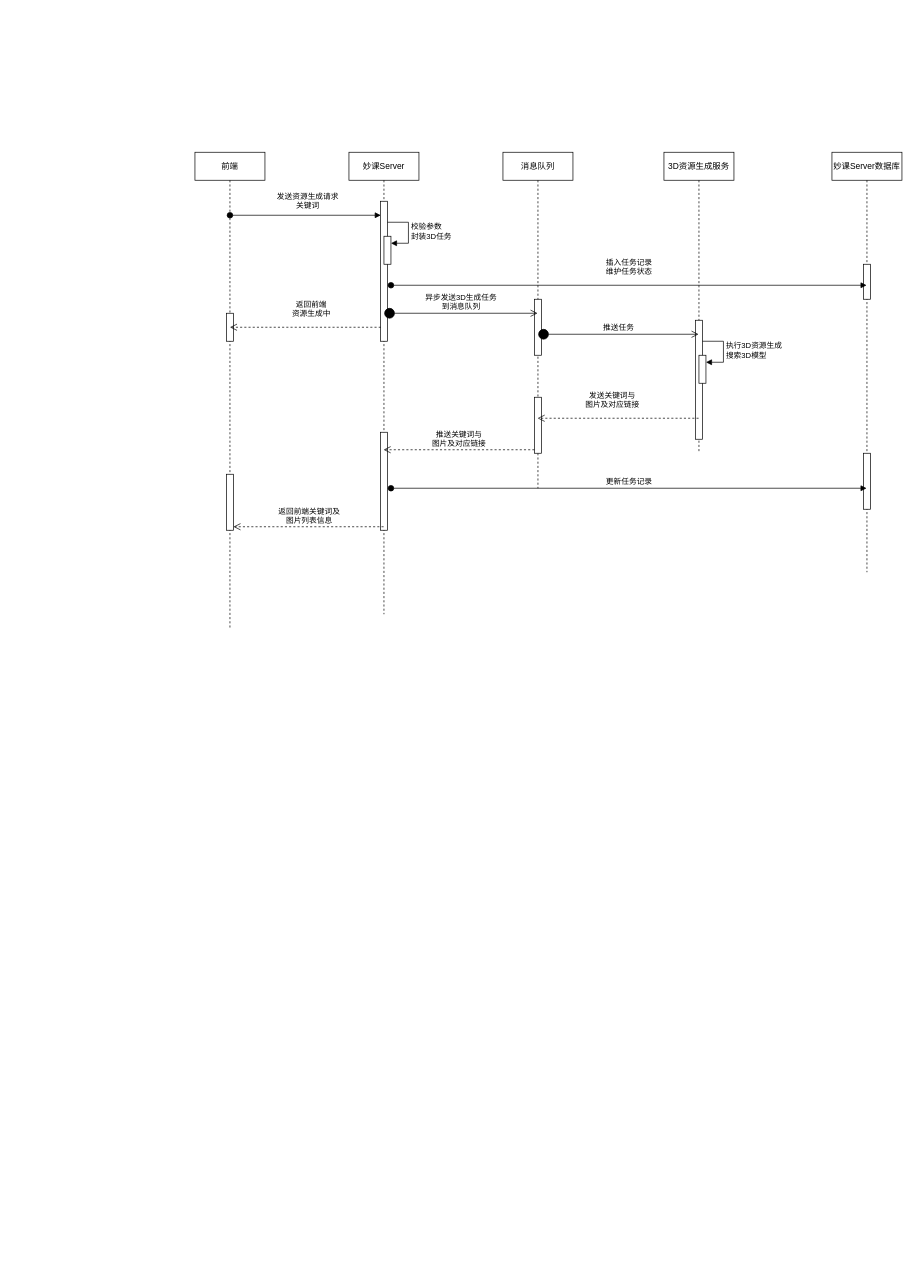
Earlier version of the draw.io diagram project-zwhz/timing/01-妙课Server与3D资源生成服务交互时序图.drawio (itsoYang/diagrams). Source tidied: cells renumbered, new cells numbered last; positions are measured from the earlier drawing's top-left corner, leaving out a move shared by most shapes. Both pictures are drawn from the tidied source at 70%, with x=0, y=0 at pixel (195, 152).
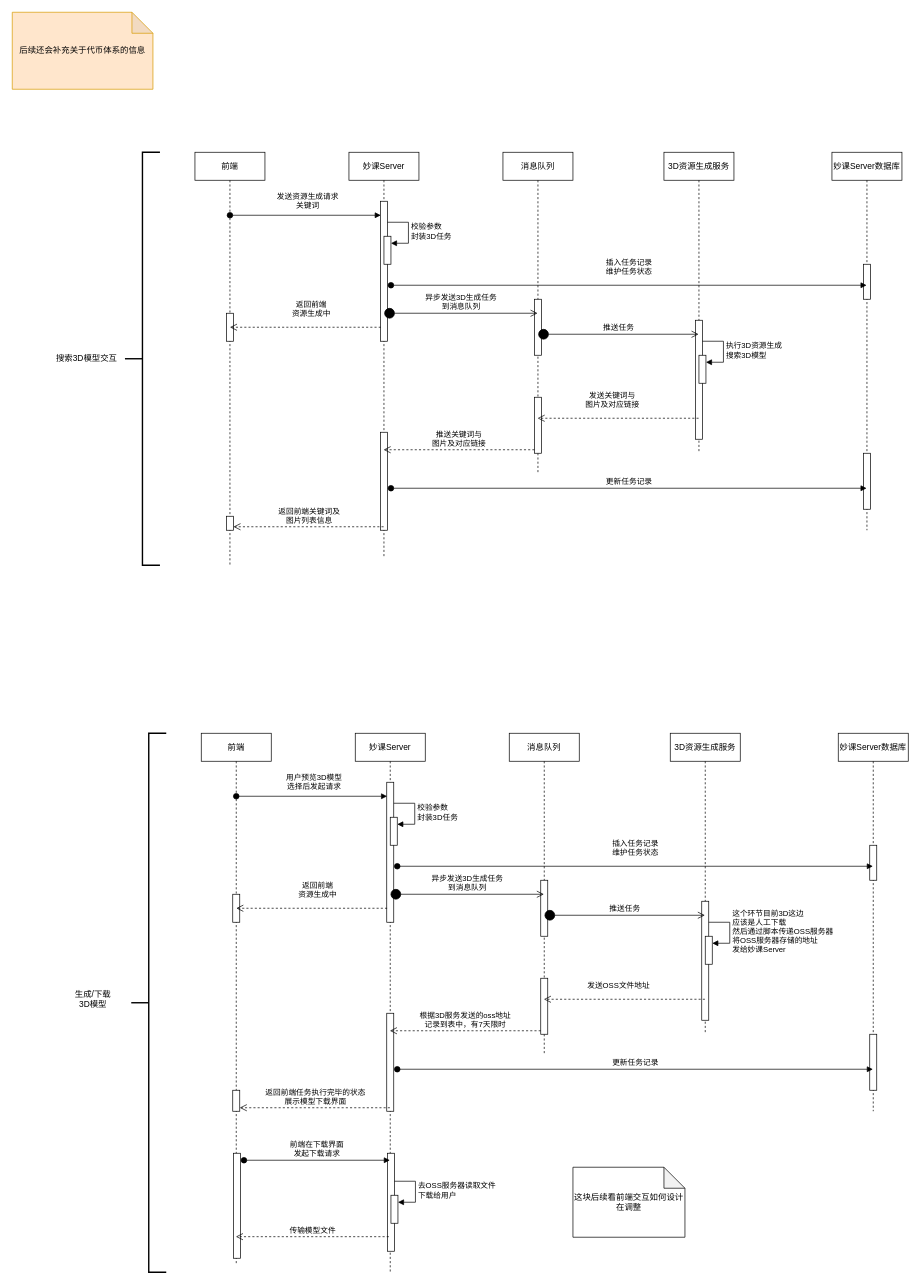
The same diagram, later.

Commit message:
更新01-妙课Server与3D资源生成服务交互时序图.drawio

The edit, as a diff of the source:
```diff
@@
     <mxCell id="2" value="前端" style="shape=umlLifeline;perimeter=lifelinePerimeter;whiteSpace=wrap;html=1;newEdgeStyle={&quot;curved&quot;:0,&quot;rounded&quot;:0};" parent="1" vertex="1">
-      <mxGeometry width="100" height="680" as="geometry" />
+      <mxGeometry width="100" height="590" as="geometry" />
     </mxCell>
@@
     <mxCell id="4" style="html=1;points=[[0,0,0,0,5],[0,1,0,0,-5],[1,0,0,0,5],[1,1,0,0,-5]];perimeter=orthogonalPerimeter;outlineConnect=0;targetShapes=umlLifeline;portConstraint=eastwest;newEdgeStyle={&quot;curved&quot;:0,&quot;rounded&quot;:0};" parent="2" vertex="1">
-      <mxGeometry x="45" y="460" width="10" height="80" as="geometry" />
+      <mxGeometry x="45" y="520" width="10" height="20" as="geometry" />
     </mxCell>
     <mxCell id="5" value="妙课Server" style="shape=umlLifeline;perimeter=lifelinePerimeter;whiteSpace=wrap;html=1;outlineConnect=0;portConstraint=eastwest;newEdgeStyle={&quot;curved&quot;:0,&quot;rounded&quot;:0};" parent="1" vertex="1">
-      <mxGeometry x="220" width="100" height="660" as="geometry" />
+      <mxGeometry x="220" width="100" height="580" as="geometry" />
     </mxCell>
@@
     <mxCell id="10" value="消息队列" style="shape=umlLifeline;perimeter=lifelinePerimeter;whiteSpace=wrap;html=1;outlineConnect=0;portConstraint=eastwest;newEdgeStyle={&quot;curved&quot;:0,&quot;rounded&quot;:0};" parent="1" vertex="1">
-      <mxGeometry x="440" width="100" height="480" as="geometry" />
+      <mxGeometry x="440" width="100" height="460" as="geometry" />
     </mxCell>
@@
     <mxCell id="17" value="妙课Server数据库" style="shape=umlLifeline;perimeter=lifelinePerimeter;whiteSpace=wrap;html=1;outlineConnect=0;portConstraint=eastwest;newEdgeStyle={&quot;curved&quot;:0,&quot;rounded&quot;:0};" parent="1" vertex="1">
-      <mxGeometry x="910" width="100" height="600" as="geometry" />
+      <mxGeometry x="910" width="100" height="540" as="geometry" />
     </mxCell>
@@
+    <mxCell id="29" style="strokeWidth=2;html=1;shape=mxgraph.flowchart.annotation_2;align=left;labelPosition=right;" parent="1" vertex="1">
+      <mxGeometry x="-100" width="50" height="590" as="geometry" />
+    </mxCell>
+    <mxCell id="30" value="搜索3D模型交互" style="text;html=1;align=center;verticalAlign=middle;strokeColor=none;fillColor=none;" parent="1" vertex="1">
+      <mxGeometry x="-210" y="280" width="110" height="30" as="geometry" />
+    </mxCell>
+    <mxCell id="31" value="前端" style="shape=umlLifeline;perimeter=lifelinePerimeter;whiteSpace=wrap;html=1;outlineConnect=0;portConstraint=eastwest;newEdgeStyle={&quot;curved&quot;:0,&quot;rounded&quot;:0};" parent="1" vertex="1">
+      <mxGeometry x="9" y="830" width="100" height="760" as="geometry" />
+    </mxCell>
+    <mxCell id="32" style="html=1;perimeter=orthogonalPerimeter;targetShapes=umlLifeline;newEdgeStyle={&quot;curved&quot;:0,&quot;rounded&quot;:0};" parent="31" vertex="1">
+      <mxGeometry x="45" y="230" width="10" height="40" as="geometry" />
+    </mxCell>
+    <mxCell id="33" style="html=1;points=[[0,0,0,0,5],[0,1,0,0,-5],[1,0,0,0,5],[1,1,0,0,-5]];perimeter=orthogonalPerimeter;outlineConnect=0;targetShapes=umlLifeline;portConstraint=eastwest;newEdgeStyle={&quot;curved&quot;:0,&quot;rounded&quot;:0};" parent="31" vertex="1">
+      <mxGeometry x="45" y="510" width="10" height="30" as="geometry" />
+    </mxCell>
+    <mxCell id="34" style="html=1;perimeter=orthogonalPerimeter;targetShapes=umlLifeline;newEdgeStyle={&quot;curved&quot;:0,&quot;rounded&quot;:0};" parent="31" vertex="1">
+      <mxGeometry x="46" y="600" width="10" height="150" as="geometry" />
+    </mxCell>
+    <mxCell id="35" value="妙课Server" style="shape=umlLifeline;perimeter=lifelinePerimeter;whiteSpace=wrap;html=1;outlineConnect=0;portConstraint=eastwest;newEdgeStyle={&quot;curved&quot;:0,&quot;rounded&quot;:0};" parent="1" vertex="1">
+      <mxGeometry x="229" y="830" width="100" height="770" as="geometry" />
+    </mxCell>
+    <mxCell id="36" style="html=1;perimeter=orthogonalPerimeter;targetShapes=umlLifeline;newEdgeStyle={&quot;curved&quot;:0,&quot;rounded&quot;:0};" parent="35" vertex="1">
+      <mxGeometry x="45" y="70" width="10" height="200" as="geometry" />
+    </mxCell>
+    <mxCell id="37" style="html=1;points=[[0,0,0,0,5],[0,1,0,0,-5],[1,0,0,0,5],[1,1,0,0,-5]];perimeter=orthogonalPerimeter;outlineConnect=0;targetShapes=umlLifeline;portConstraint=eastwest;newEdgeStyle={&quot;curved&quot;:0,&quot;rounded&quot;:0};" parent="35" vertex="1">
+      <mxGeometry x="50" y="120" width="10" height="40" as="geometry" />
+    </mxCell>
+    <mxCell id="38" value="校验参数&lt;div&gt;封装3D任务&lt;/div&gt;" style="html=1;align=left;spacingLeft=2;endArrow=block;rounded=0;edgeStyle=orthogonalEdgeStyle;curved=0;rounded=0;" parent="35" edge="1" target="37">
+      <mxGeometry x="0.01" relative="1" as="geometry">
+        <mxPoint x="55" y="100" as="sourcePoint" />
+        <Array as="points">
+          <mxPoint x="85" y="130" />
+        </Array>
+      </mxGeometry>
+    </mxCell>
+    <mxCell id="39" style="html=1;perimeter=orthogonalPerimeter;targetShapes=umlLifeline;newEdgeStyle={&quot;curved&quot;:0,&quot;rounded&quot;:0};" parent="35" vertex="1">
+      <mxGeometry x="45" y="400" width="10" height="140" as="geometry" />
+    </mxCell>
+    <mxCell id="40" style="html=1;targetShapes=umlLifeline;newEdgeStyle={&quot;curved&quot;:0,&quot;rounded&quot;:0};perimeter=orthogonalPerimeter;" parent="35" vertex="1">
+      <mxGeometry x="46" y="600" width="10" height="140" as="geometry" />
+    </mxCell>
+    <mxCell id="41" style="html=1;points=[[0,0,0,0,5],[0,1,0,0,-5],[1,0,0,0,5],[1,1,0,0,-5]];perimeter=orthogonalPerimeter;outlineConnect=0;targetShapes=umlLifeline;portConstraint=eastwest;newEdgeStyle={&quot;curved&quot;:0,&quot;rounded&quot;:0};" parent="35" vertex="1">
+      <mxGeometry x="51" y="660" width="10" height="40" as="geometry" />
+    </mxCell>
+    <mxCell id="42" value="去OSS服务器读取文件&lt;div&gt;下载给用户&lt;/div&gt;" style="html=1;align=left;spacingLeft=2;endArrow=block;rounded=0;edgeStyle=orthogonalEdgeStyle;curved=0;rounded=0;" parent="35" edge="1" target="41">
+      <mxGeometry relative="1" as="geometry">
+        <mxPoint x="56" y="640" as="sourcePoint" />
+        <Array as="points">
+          <mxPoint x="86" y="670" />
+        </Array>
+      </mxGeometry>
+    </mxCell>
+    <mxCell id="43" value="消息队列" style="shape=umlLifeline;perimeter=lifelinePerimeter;whiteSpace=wrap;html=1;outlineConnect=0;portConstraint=eastwest;newEdgeStyle={&quot;curved&quot;:0,&quot;rounded&quot;:0};" parent="1" vertex="1">
+      <mxGeometry x="449" y="830" width="100" height="460" as="geometry" />
+    </mxCell>
+    <mxCell id="44" style="html=1;perimeter=orthogonalPerimeter;targetShapes=umlLifeline;newEdgeStyle={&quot;curved&quot;:0,&quot;rounded&quot;:0};" parent="43" vertex="1">
+      <mxGeometry x="45" y="210" width="10" height="80" as="geometry" />
+    </mxCell>
+    <mxCell id="45" style="html=1;points=[[0,0,0,0,5],[0,1,0,0,-5],[1,0,0,0,5],[1,1,0,0,-5]];perimeter=orthogonalPerimeter;outlineConnect=0;targetShapes=umlLifeline;portConstraint=eastwest;newEdgeStyle={&quot;curved&quot;:0,&quot;rounded&quot;:0};" parent="43" vertex="1">
+      <mxGeometry x="45" y="350" width="10" height="80" as="geometry" />
+    </mxCell>
+    <mxCell id="46" value="3D资源生成服务" style="shape=umlLifeline;perimeter=lifelinePerimeter;whiteSpace=wrap;html=1;outlineConnect=0;portConstraint=eastwest;newEdgeStyle={&quot;curved&quot;:0,&quot;rounded&quot;:0};" parent="1" vertex="1">
+      <mxGeometry x="679" y="830" width="100" height="430" as="geometry" />
+    </mxCell>
+    <mxCell id="47" style="html=1;perimeter=orthogonalPerimeter;targetShapes=umlLifeline;newEdgeStyle={&quot;curved&quot;:0,&quot;rounded&quot;:0};" parent="46" vertex="1">
+      <mxGeometry x="45" y="240" width="10" height="170" as="geometry" />
+    </mxCell>
+    <mxCell id="48" style="html=1;points=[[0,0,0,0,5],[0,1,0,0,-5],[1,0,0,0,5],[1,1,0,0,-5]];perimeter=orthogonalPerimeter;outlineConnect=0;targetShapes=umlLifeline;portConstraint=eastwest;newEdgeStyle={&quot;curved&quot;:0,&quot;rounded&quot;:0};" parent="46" vertex="1">
+      <mxGeometry x="50" y="290" width="10" height="40" as="geometry" />
+    </mxCell>
+    <mxCell id="49" value="这个环节目前3D这边&lt;div&gt;应该是人工下载&lt;/div&gt;&lt;div&gt;然后通过脚本传递OSS服务器&lt;/div&gt;&lt;div&gt;将OSS服务器存储的地址&lt;/div&gt;&lt;div&gt;发给妙课Server&lt;/div&gt;" style="html=1;align=left;spacingLeft=2;endArrow=block;rounded=0;edgeStyle=orthogonalEdgeStyle;curved=0;rounded=0;" parent="46" edge="1" target="48">
+      <mxGeometry x="0.01" relative="1" as="geometry">
+        <mxPoint x="55" y="270" as="sourcePoint" />
+        <Array as="points">
+          <mxPoint x="85" y="300" />
+        </Array>
+      </mxGeometry>
+    </mxCell>
+    <mxCell id="50" value="妙课Server数据库" style="shape=umlLifeline;perimeter=lifelinePerimeter;whiteSpace=wrap;html=1;outlineConnect=0;portConstraint=eastwest;newEdgeStyle={&quot;curved&quot;:0,&quot;rounded&quot;:0};" parent="1" vertex="1">
+      <mxGeometry x="919" y="830" width="100" height="540" as="geometry" />
+    </mxCell>
+    <mxCell id="51" style="html=1;perimeter=orthogonalPerimeter;targetShapes=umlLifeline;newEdgeStyle={&quot;curved&quot;:0,&quot;rounded&quot;:0};" parent="50" vertex="1">
+      <mxGeometry x="45" y="160" width="10" height="50" as="geometry" />
+    </mxCell>
+    <mxCell id="52" style="html=1;perimeter=orthogonalPerimeter;targetShapes=umlLifeline;newEdgeStyle={&quot;curved&quot;:0,&quot;rounded&quot;:0};" parent="50" vertex="1">
+      <mxGeometry x="45" y="430" width="10" height="80" as="geometry" />
+    </mxCell>
+    <mxCell id="53" value="用户预览3D模型&lt;div&gt;选择后发起请求&lt;/div&gt;" style="html=1;verticalAlign=bottom;startArrow=oval;endArrow=block;startSize=8;curved=0;rounded=0;entryX=0;entryY=0;entryDx=0;entryDy=5;" parent="1" edge="1">
+      <mxGeometry x="0.03" y="5" relative="1" as="geometry">
+        <mxPoint x="59" y="920" as="sourcePoint" />
+        <mxPoint x="274.5" y="920" as="targetPoint" />
+      </mxGeometry>
+    </mxCell>
+    <mxCell id="54" value="插入任务记录&lt;div&gt;维护任务状态&lt;/div&gt;" style="html=1;verticalAlign=bottom;startArrow=oval;startFill=1;endArrow=block;startSize=8;curved=0;rounded=0;" parent="1" edge="1" target="50">
+      <mxGeometry y="10" relative="1" as="geometry">
+        <mxPoint x="289" y="1020" as="sourcePoint" />
+      </mxGeometry>
+    </mxCell>
+    <mxCell id="55" value="返回前端&lt;div&gt;资源生成中&lt;/div&gt;" style="html=1;verticalAlign=bottom;endArrow=open;dashed=1;endSize=8;curved=0;rounded=0;sourcePerimeterSpacing=1;" parent="1" edge="1">
+      <mxGeometry x="-0.07" y="-10" relative="1" as="geometry">
+        <mxPoint x="274.5" y="1080" as="sourcePoint" />
+        <mxPoint x="59" y="1080" as="targetPoint" />
+      </mxGeometry>
+    </mxCell>
+    <mxCell id="56" value="异步发送3D生成任务&lt;div&gt;到消息队列&lt;/div&gt;" style="html=1;verticalAlign=bottom;startArrow=circle;startFill=1;endArrow=open;startSize=6;endSize=8;curved=0;rounded=0;" parent="1" edge="1" target="43">
+      <mxGeometry relative="1" as="geometry">
+        <mxPoint x="279" y="1060" as="sourcePoint" />
+      </mxGeometry>
+    </mxCell>
+    <mxCell id="57" value="推送任务" style="html=1;verticalAlign=bottom;startArrow=circle;startFill=1;endArrow=open;startSize=6;endSize=8;curved=0;rounded=0;" parent="1" edge="1" target="46">
+      <mxGeometry relative="1" as="geometry">
+        <mxPoint x="499" y="1090" as="sourcePoint" />
+      </mxGeometry>
+    </mxCell>
+    <mxCell id="58" value="发送OSS文件地址" style="html=1;verticalAlign=bottom;endArrow=open;dashed=1;endSize=8;curved=0;rounded=0;" parent="1" edge="1" source="46" target="43">
+      <mxGeometry x="0.08" y="-10" relative="1" as="geometry">
+        <Array as="points">
+          <mxPoint x="669" y="1210" />
+        </Array>
+      </mxGeometry>
+    </mxCell>
+    <mxCell id="59" value="根据3D服务发送的oss地址&lt;div&gt;记录到表中，有7天限时&lt;/div&gt;" style="html=1;verticalAlign=bottom;endArrow=open;dashed=1;endSize=8;curved=0;rounded=0;exitX=0;exitY=1;exitDx=0;exitDy=-5;exitPerimeter=0;" parent="1" edge="1" source="45" target="35">
+      <mxGeometry relative="1" as="geometry" />
+    </mxCell>
+    <mxCell id="60" value="更新任务记录" style="html=1;verticalAlign=bottom;startArrow=oval;startFill=1;endArrow=block;startSize=8;curved=0;rounded=0;" parent="1" edge="1" target="50">
+      <mxGeometry relative="1" as="geometry">
+        <mxPoint x="289" y="1310" as="sourcePoint" />
+      </mxGeometry>
+    </mxCell>
+    <mxCell id="61" value="返回前端任务执行完毕的状态&lt;div&gt;展示模型下载界面&lt;/div&gt;" style="html=1;verticalAlign=bottom;endArrow=open;dashed=1;endSize=8;curved=0;rounded=0;entryX=1;entryY=1;entryDx=0;entryDy=-5;entryPerimeter=0;" parent="1" edge="1" source="35" target="33">
+      <mxGeometry relative="1" as="geometry" />
+    </mxCell>
+    <mxCell id="62" style="strokeWidth=2;html=1;shape=mxgraph.flowchart.annotation_2;align=left;labelPosition=right;" parent="1" vertex="1">
+      <mxGeometry x="-91" y="830" width="50" height="770" as="geometry" />
+    </mxCell>
+    <mxCell id="63" value="生成/下载&lt;br&gt;3D模型" style="text;html=1;align=center;verticalAlign=middle;strokeColor=none;fillColor=none;" parent="1" vertex="1">
+      <mxGeometry x="-181" y="1190" width="70" height="40" as="geometry" />
+    </mxCell>
+    <mxCell id="64" value="前端在下载界面&lt;div&gt;发起下载请求&lt;/div&gt;" style="html=1;verticalAlign=bottom;startArrow=oval;startFill=1;endArrow=block;startSize=8;curved=0;rounded=0;" parent="1" edge="1" target="35">
+      <mxGeometry relative="1" as="geometry">
+        <mxPoint x="70" y="1440" as="sourcePoint" />
+      </mxGeometry>
+    </mxCell>
+    <mxCell id="65" value="传输模型文件" style="html=1;verticalAlign=bottom;endArrow=open;dashed=1;endSize=8;curved=0;rounded=0;exitX=0.48;exitY=0.934;exitDx=0;exitDy=0;exitPerimeter=0;" parent="1" edge="1" source="35" target="31">
+      <mxGeometry relative="1" as="geometry" />
+    </mxCell>
+    <mxCell id="66" value="这块后续看前端交互如何设计在调整" style="shape=note;whiteSpace=wrap;html=1;backgroundOutline=1;darkOpacity=0.05;" parent="1" vertex="1">
+      <mxGeometry x="540" y="1450" width="160" height="100" as="geometry" />
+    </mxCell>
+    <mxCell id="67" value="后续还会补充关于代币体系的信息" style="shape=note;whiteSpace=wrap;html=1;backgroundOutline=1;darkOpacity=0.05;fillColor=#ffe6cc;strokeColor=#d79b00;" parent="1" vertex="1">
+      <mxGeometry x="-261" y="-200" width="201" height="110" as="geometry" />
+    </mxCell>
```
